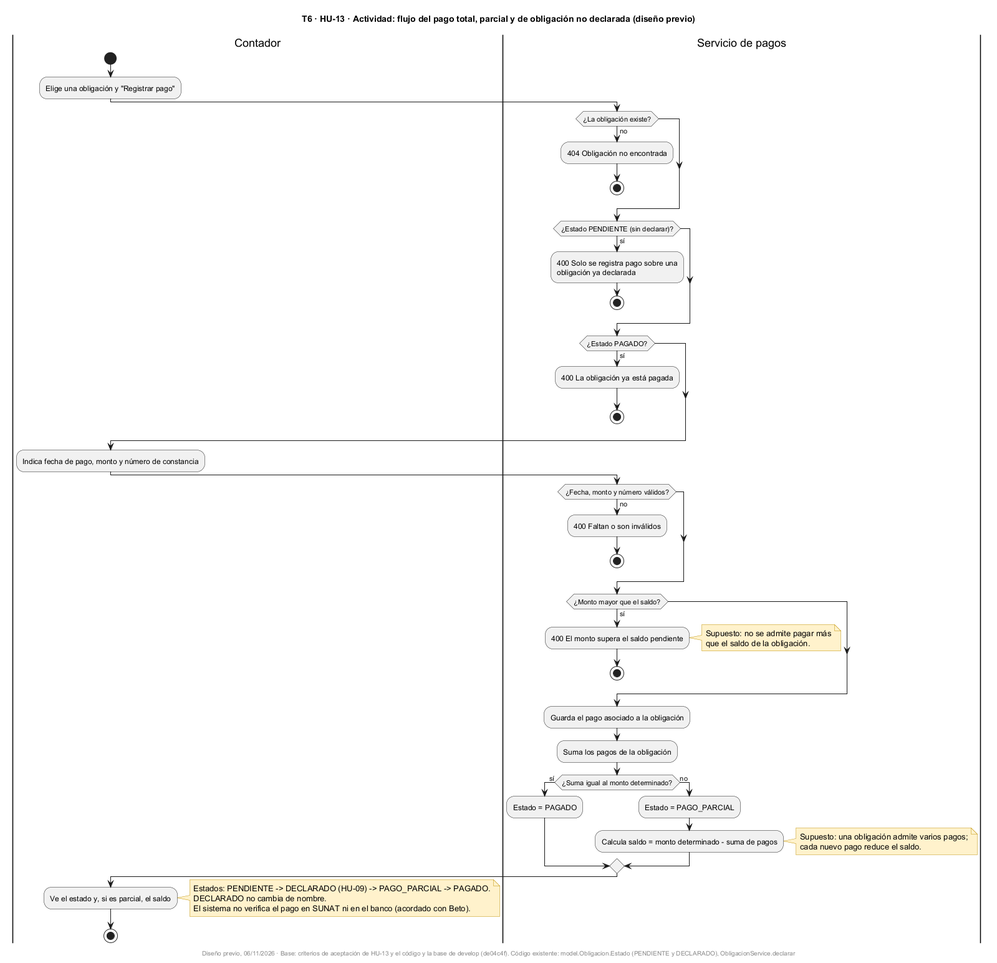
Before: docs/uml/img/T6-HU13-actividad-pago.png, a diagram exported from PlantUML (fabianrodriguez33/plus-contable). Its diagram source:
```plantuml
@startuml
title T6 · HU-13 · Actividad: flujo del pago total, parcial y de obligación no declarada (diseño previo)
skinparam shadowing false
skinparam noteBackgroundColor #FFF2CC
skinparam noteBorderColor #BF9000

|Contador|
start
:Elige una obligación y "Registrar pago";

|Servicio de pagos|
if (¿La obligación existe?) then (no)
  :404 Obligación no encontrada;
  stop
endif
if (¿Estado PENDIENTE (sin declarar)?) then (sí)
  :400 Solo se registra pago sobre una\nobligación ya declarada;
  stop
endif
if (¿Estado PAGADO?) then (sí)
  :400 La obligación ya está pagada;
  stop
endif

|Contador|
:Indica fecha de pago, monto y número de constancia;

|Servicio de pagos|
if (¿Fecha, monto y número válidos?) then (no)
  :400 Faltan o son inválidos;
  stop
endif
if (¿Monto mayor que el saldo?) then (sí)
  :400 El monto supera el saldo pendiente;
  note right
    Supuesto: no se admite pagar más
    que el saldo de la obligación.
  end note
  stop
endif
:Guarda el pago asociado a la obligación;
:Suma los pagos de la obligación;
if (¿Suma igual al monto determinado?) then (sí)
  :Estado = PAGADO;
else (no)
  :Estado = PAGO_PARCIAL;
  :Calcula saldo = monto determinado - suma de pagos;
  note right
    Supuesto: una obligación admite varios pagos;
    cada nuevo pago reduce el saldo.
  end note
endif

|Contador|
:Ve el estado y, si es parcial, el saldo;
note right
  Estados: PENDIENTE -> DECLARADO (HU-09) -> PAGO_PARCIAL -> PAGADO.
  DECLARADO no cambia de nombre.
  El sistema no verifica el pago en SUNAT ni en el banco (acordado con Beto).
end note
stop

footer Diseño previo, 06/11/2026 · Base: criterios de aceptación de HU-13 y el código y la base de develop (de04c4f). Código existente: model.Obligacion.Estado (PENDIENTE y DECLARADO), ObligacionService.declarar
@enduml
```
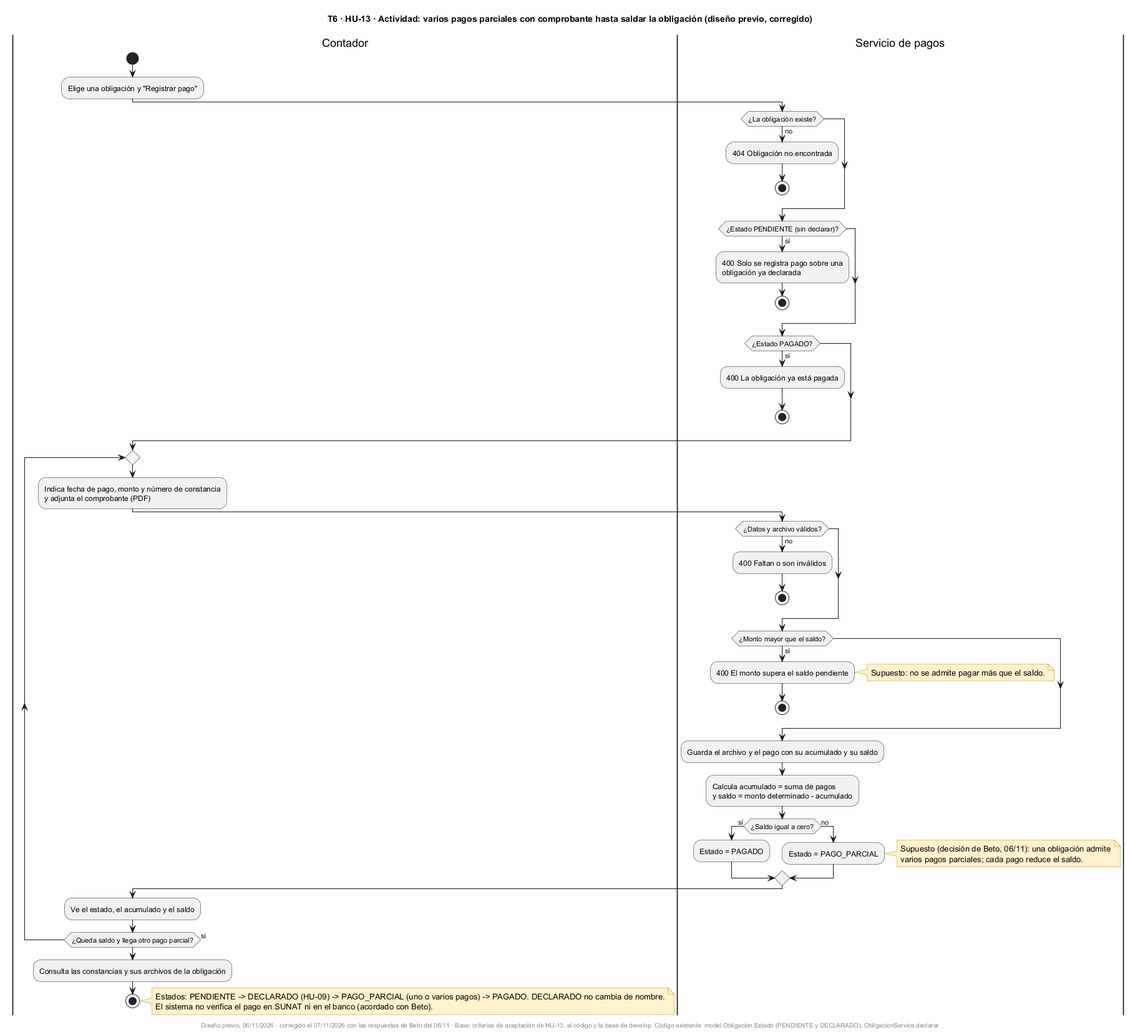
After the change.

Commit message:
docs: corregir el diseño previo de HU-13 con las respuestas de Beto (T6)

Diff of the diagram source:
```diff
@@ -1,5 +1,5 @@
 @startuml
-title T6 · HU-13 · Actividad: flujo del pago total, parcial y de obligación no declarada (diseño previo)
+title T6 · HU-13 · Actividad: varios pagos parciales con comprobante hasta saldar la obligación (diseño previo, corregido)
 skinparam shadowing false
 skinparam noteBackgroundColor #FFF2CC
 skinparam noteBorderColor #BF9000
@@ -23,42 +23,43 @@
 endif
 
 |Contador|
-:Indica fecha de pago, monto y número de constancia;
+repeat
+  :Indica fecha de pago, monto y número de constancia\ny adjunta el comprobante (PDF);
 
-|Servicio de pagos|
-if (¿Fecha, monto y número válidos?) then (no)
-  :400 Faltan o son inválidos;
-  stop
-endif
-if (¿Monto mayor que el saldo?) then (sí)
-  :400 El monto supera el saldo pendiente;
-  note right
-    Supuesto: no se admite pagar más
-    que el saldo de la obligación.
-  end note
-  stop
-endif
-:Guarda el pago asociado a la obligación;
-:Suma los pagos de la obligación;
-if (¿Suma igual al monto determinado?) then (sí)
-  :Estado = PAGADO;
-else (no)
-  :Estado = PAGO_PARCIAL;
-  :Calcula saldo = monto determinado - suma de pagos;
-  note right
-    Supuesto: una obligación admite varios pagos;
-    cada nuevo pago reduce el saldo.
-  end note
-endif
+  |Servicio de pagos|
+  if (¿Datos y archivo válidos?) then (no)
+    :400 Faltan o son inválidos;
+    stop
+  endif
+  if (¿Monto mayor que el saldo?) then (sí)
+    :400 El monto supera el saldo pendiente;
+    note right
+      Supuesto: no se admite pagar más que el saldo.
+    end note
+    stop
+  endif
+  :Guarda el archivo y el pago con su acumulado y su saldo;
+  :Calcula acumulado = suma de pagos\ny saldo = monto determinado - acumulado;
+  if (¿Saldo igual a cero?) then (sí)
+    :Estado = PAGADO;
+  else (no)
+    :Estado = PAGO_PARCIAL;
+    note right
+      Supuesto (decisión de Beto, 06/11): una obligación admite
+      varios pagos parciales; cada pago reduce el saldo.
+    end note
+  endif
 
-|Contador|
-:Ve el estado y, si es parcial, el saldo;
+  |Contador|
+  :Ve el estado, el acumulado y el saldo;
+repeat while (¿Queda saldo y llega otro pago parcial?) is (sí)
+
+:Consulta las constancias y sus archivos de la obligación;
+stop
+
 note right
-  Estados: PENDIENTE -> DECLARADO (HU-09) -> PAGO_PARCIAL -> PAGADO.
-  DECLARADO no cambia de nombre.
+  Estados: PENDIENTE -> DECLARADO (HU-09) -> PAGO_PARCIAL (uno o varios pagos) -> PAGADO. DECLARADO no cambia de nombre.
   El sistema no verifica el pago en SUNAT ni en el banco (acordado con Beto).
 end note
-stop
-
-footer Diseño previo, 06/11/2026 · Base: criterios de aceptación de HU-13 y el código y la base de develop (de04c4f). Código existente: model.Obligacion.Estado (PENDIENTE y DECLARADO), ObligacionService.declarar
+footer Diseño previo, 06/11/2026 · corregido el 07/11/2026 con las respuestas de Beto del 06/11 · Base: criterios de aceptación de HU-13, el código y la base de develop. Código existente: model.Obligacion.Estado (PENDIENTE y DECLARADO), ObligacionService.declarar
 @enduml
```
